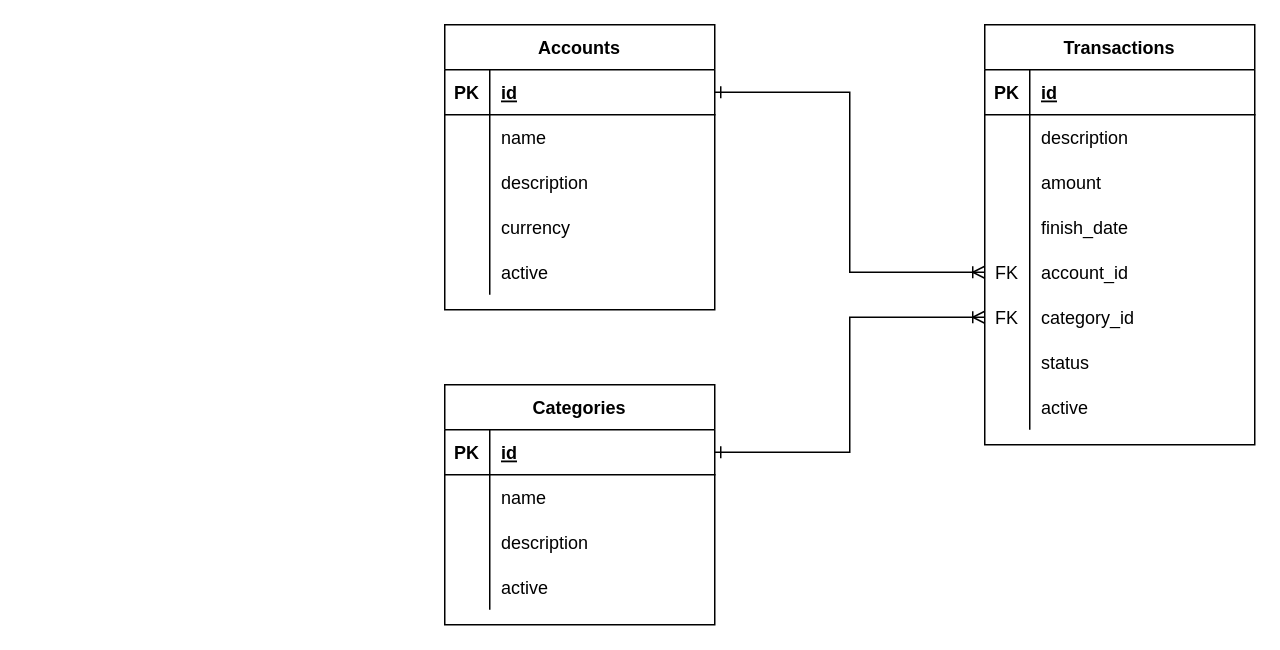
This is api/docs/database/database.drawio from My-Financial-Hub/core-api, a draw.io file, before an edit. Source tidied: cells renumbered, new cells numbered last; positions are measured from the earlier drawing's top-left corner, leaving out a move shared by most shapes. Both pictures are drawn from the tidied source at 150%, with x=0, y=0 at pixel (444, 24).
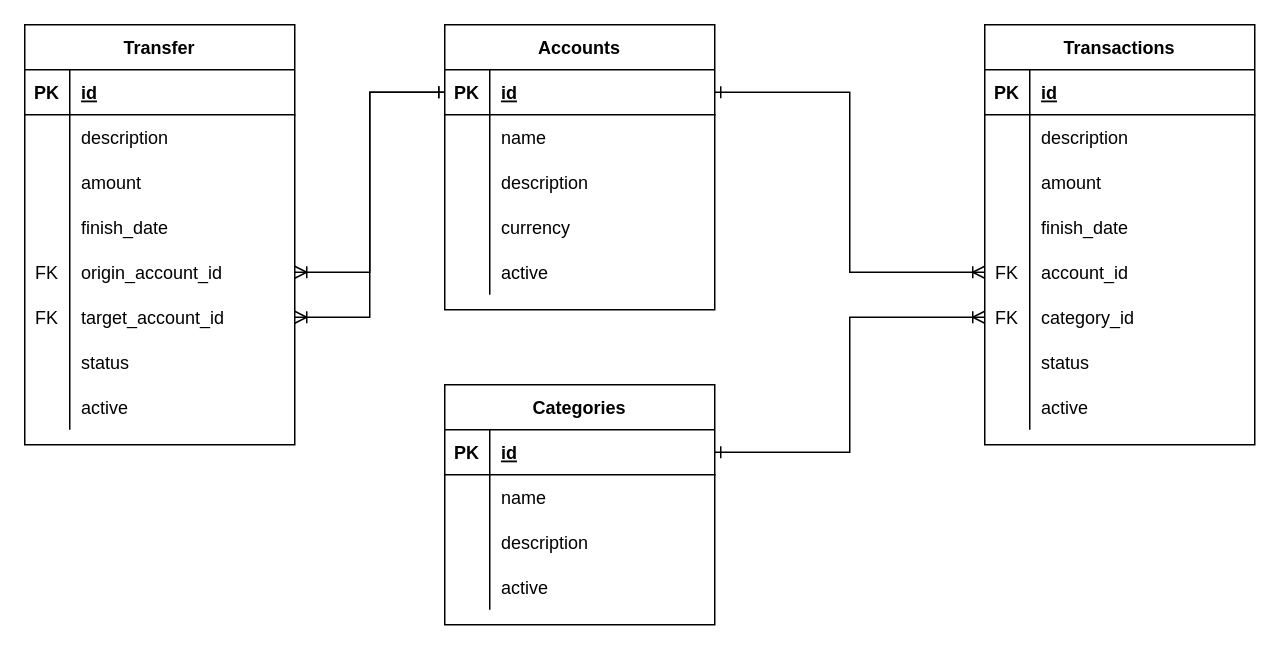
After the change.

Commit message:
Add : Database diagram

The change refers to these unchanged cells:
```xml
<mxCell id="3" style="shape=partialRectangle;fillColor=none;top=0;left=0;bottom=1;right=0;points=[[0,0.5],[1,0.5]];portConstraint=eastwest;" parent="2" vertex="1">
  <mxGeometry y="30" width="180" height="30" as="geometry" />
</mxCell>
```

What changed in the source:
```diff
@@
+    <mxCell id="58" value="Transfer" style="shape=table;startSize=30;childLayout=tableLayout;rowLines=0;fontStyle=1;align=center;" parent="1" vertex="1">
+      <mxGeometry x="-280" width="180" height="280" as="geometry" />
+    </mxCell>
+    <mxCell id="59" style="shape=partialRectangle;fillColor=none;top=0;left=0;bottom=1;right=0;" parent="58" vertex="1">
+      <mxGeometry y="30" width="180" height="30" as="geometry" />
+    </mxCell>
+    <mxCell id="60" value="PK" style="shape=partialRectangle;fillColor=none;top=0;left=0;bottom=0;right=0;fontStyle=1;overflow=hidden;" parent="59" vertex="1">
+      <mxGeometry width="30" height="30" as="geometry" />
+    </mxCell>
+    <mxCell id="61" value="id" style="shape=partialRectangle;fillColor=none;top=0;left=0;bottom=0;right=0;align=left;spacingLeft=6;fontStyle=5;overflow=hidden;" parent="59" vertex="1">
+      <mxGeometry x="30" width="150" height="30" as="geometry" />
+    </mxCell>
+    <mxCell id="62" style="shape=partialRectangle;fillColor=none;top=0;left=0;bottom=0;right=0;" parent="58" vertex="1">
+      <mxGeometry y="60" width="180" height="30" as="geometry" />
+    </mxCell>
+    <mxCell id="63" style="shape=partialRectangle;fillColor=none;top=0;left=0;bottom=0;right=0;overflow=hidden;" parent="62" vertex="1">
+      <mxGeometry width="30" height="30" as="geometry" />
+    </mxCell>
+    <mxCell id="64" value="description" style="shape=partialRectangle;fillColor=none;top=0;left=0;bottom=0;right=0;align=left;spacingLeft=6;overflow=hidden;" parent="62" vertex="1">
+      <mxGeometry x="30" width="150" height="30" as="geometry" />
+    </mxCell>
+    <mxCell id="65" style="shape=partialRectangle;fillColor=none;top=0;left=0;bottom=0;right=0;" parent="58" vertex="1">
+      <mxGeometry y="90" width="180" height="30" as="geometry" />
+    </mxCell>
+    <mxCell id="66" style="shape=partialRectangle;fillColor=none;top=0;left=0;bottom=0;right=0;overflow=hidden;" parent="65" vertex="1">
+      <mxGeometry width="30" height="30" as="geometry" />
+    </mxCell>
+    <mxCell id="67" value="amount" style="shape=partialRectangle;fillColor=none;top=0;left=0;bottom=0;right=0;align=left;spacingLeft=6;overflow=hidden;" parent="65" vertex="1">
+      <mxGeometry x="30" width="150" height="30" as="geometry" />
+    </mxCell>
+    <mxCell id="68" style="shape=partialRectangle;fillColor=none;top=0;left=0;bottom=0;right=0;" parent="58" vertex="1">
+      <mxGeometry y="120" width="180" height="30" as="geometry" />
+    </mxCell>
+    <mxCell id="69" style="shape=partialRectangle;fillColor=none;top=0;left=0;bottom=0;right=0;overflow=hidden;" parent="68" vertex="1">
+      <mxGeometry width="30" height="30" as="geometry" />
+    </mxCell>
+    <mxCell id="70" value="finish_date" style="shape=partialRectangle;fillColor=none;top=0;left=0;bottom=0;right=0;align=left;spacingLeft=6;overflow=hidden;" parent="68" vertex="1">
+      <mxGeometry x="30" width="150" height="30" as="geometry" />
+    </mxCell>
+    <mxCell id="71" style="shape=partialRectangle;fillColor=none;top=0;left=0;bottom=0;right=0;points=[[0,0.5],[1,0.5]];portConstraint=eastwest;" parent="58" vertex="1">
+      <mxGeometry y="150" width="180" height="30" as="geometry" />
+    </mxCell>
+    <mxCell id="72" value="FK" style="shape=partialRectangle;fillColor=none;top=0;left=0;bottom=0;right=0;overflow=hidden;" parent="71" vertex="1">
+      <mxGeometry width="30" height="30" as="geometry" />
+    </mxCell>
+    <mxCell id="73" value="origin_account_id" style="shape=partialRectangle;fillColor=none;top=0;left=0;bottom=0;right=0;align=left;spacingLeft=6;overflow=hidden;" parent="71" vertex="1">
+      <mxGeometry x="30" width="150" height="30" as="geometry" />
+    </mxCell>
+    <mxCell id="74" style="shape=partialRectangle;fillColor=none;top=0;left=0;bottom=0;right=0;points=[[0,0.5],[1,0.5]];portConstraint=eastwest;" parent="58" vertex="1">
+      <mxGeometry y="180" width="180" height="30" as="geometry" />
+    </mxCell>
+    <mxCell id="75" value="FK" style="shape=partialRectangle;fillColor=none;top=0;left=0;bottom=0;right=0;overflow=hidden;" parent="74" vertex="1">
+      <mxGeometry width="30" height="30" as="geometry" />
+    </mxCell>
+    <mxCell id="76" value="target_account_id" style="shape=partialRectangle;fillColor=none;top=0;left=0;bottom=0;right=0;align=left;spacingLeft=6;overflow=hidden;" parent="74" vertex="1">
+      <mxGeometry x="30" width="150" height="30" as="geometry" />
+    </mxCell>
+    <mxCell id="77" style="shape=partialRectangle;fillColor=none;top=0;left=0;bottom=0;right=0;" parent="58" vertex="1">
+      <mxGeometry y="210" width="180" height="30" as="geometry" />
+    </mxCell>
+    <mxCell id="78" style="shape=partialRectangle;fillColor=none;top=0;left=0;bottom=0;right=0;overflow=hidden;" parent="77" vertex="1">
+      <mxGeometry width="30" height="30" as="geometry" />
+    </mxCell>
+    <mxCell id="79" value="status" style="shape=partialRectangle;fillColor=none;top=0;left=0;bottom=0;right=0;align=left;spacingLeft=6;overflow=hidden;" parent="77" vertex="1">
+      <mxGeometry x="30" width="150" height="30" as="geometry" />
+    </mxCell>
+    <mxCell id="80" style="shape=partialRectangle;fillColor=none;top=0;left=0;bottom=0;right=0;" parent="58" vertex="1">
+      <mxGeometry y="240" width="180" height="30" as="geometry" />
+    </mxCell>
+    <mxCell id="81" style="shape=partialRectangle;fillColor=none;top=0;left=0;bottom=0;right=0;overflow=hidden;" parent="80" vertex="1">
+      <mxGeometry width="30" height="30" as="geometry" />
+    </mxCell>
+    <mxCell id="82" value="active" style="shape=partialRectangle;fillColor=none;top=0;left=0;bottom=0;right=0;align=left;spacingLeft=6;overflow=hidden;" parent="80" vertex="1">
+      <mxGeometry x="30" width="150" height="30" as="geometry" />
+    </mxCell>
+    <mxCell id="83" style="edgeStyle=orthogonalEdgeStyle;rounded=0;jettySize=auto;html=1;entryX=0;entryY=0.5;entryDx=0;entryDy=0;endArrow=ERone;endFill=0;startArrow=ERoneToMany;startFill=0;" parent="1" edge="1" source="71" target="3">
+      <mxGeometry relative="1" as="geometry" />
+    </mxCell>
+    <mxCell id="84" style="edgeStyle=orthogonalEdgeStyle;rounded=0;jettySize=auto;html=1;startArrow=ERoneToMany;startFill=0;endArrow=ERone;endFill=0;" parent="1" edge="1" source="74" target="3">
+      <mxGeometry relative="1" as="geometry" />
+    </mxCell>
```
